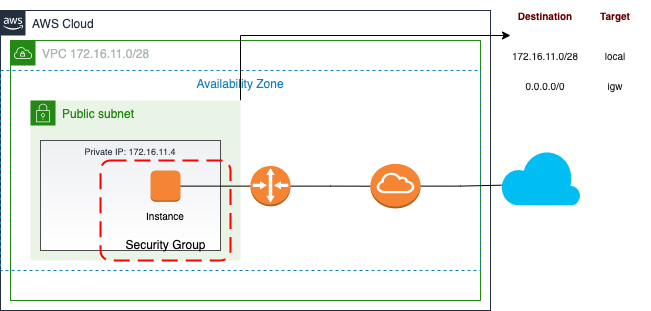
Before: InfraestructuraAWS.png, a diagram exported from draw.io (majo1569/DesafioIV). Source tidied: cells renumbered, new cells last; positions are measured from the earlier drawing's top-left corner, leaving out a move shared by most shapes. The source it was exported from:
```xml
<mxGraphModel>
  <root>
    <mxCell id="0" />
    <mxCell id="1" parent="0" />
    <mxCell id="2" value="AWS Cloud" style="gradientColor=none;html=1;whiteSpace=wrap;fontSize=12;fontStyle=0;shape=mxgraph.aws4.group;grIcon=mxgraph.aws4.group_aws_cloud_alt;strokeColor=#232F3E;fillColor=none;verticalAlign=top;align=left;spacingLeft=30;fontColor=#232F3E;dashed=0;" parent="1" vertex="1">
      <mxGeometry y="10" width="490" height="300" as="geometry" />
    </mxCell>
    <mxCell id="3" value="VPC 172.16.11.0/28" style="gradientColor=none;html=1;whiteSpace=wrap;fontSize=12;fontStyle=0;shape=mxgraph.aws4.group;grIcon=mxgraph.aws4.group_vpc;strokeColor=#248814;fillColor=none;verticalAlign=top;align=left;spacingLeft=30;fontColor=#AAB7B8;dashed=0;" parent="1" vertex="1">
      <mxGeometry x="10" y="40" width="470" height="260" as="geometry" />
    </mxCell>
    <mxCell id="4" value="Availability Zone" style="fillColor=none;strokeColor=#147EBA;dashed=1;verticalAlign=top;fontStyle=0;fontColor=#147EBA;" parent="1" vertex="1">
      <mxGeometry y="70" width="480" height="200" as="geometry" />
    </mxCell>
    <mxCell id="5" style="edgeStyle=orthogonalEdgeStyle;rounded=0;jettySize=auto;html=1;exitX=1;exitY=0;exitDx=0;exitDy=0;" parent="1" edge="1" source="6">
      <mxGeometry relative="1" as="geometry">
        <mxPoint x="510" y="35" as="targetPoint" />
      </mxGeometry>
    </mxCell>
    <mxCell id="6" value="Public subnet&amp;nbsp;" style="points=[[0,0],[0.25,0],[0.5,0],[0.75,0],[1,0],[1,0.25],[1,0.5],[1,0.75],[1,1],[0.75,1],[0.5,1],[0.25,1],[0,1],[0,0.75],[0,0.5],[0,0.25]];outlineConnect=0;gradientColor=none;html=1;whiteSpace=wrap;fontSize=12;fontStyle=0;shape=mxgraph.aws4.group;grIcon=mxgraph.aws4.group_security_group;grStroke=0;strokeColor=#248814;fillColor=#E9F3E6;verticalAlign=top;align=left;spacingLeft=30;fontColor=#248814;dashed=0;" parent="1" vertex="1">
      <mxGeometry x="30" y="100" width="210" height="160" as="geometry" />
    </mxCell>
    <mxCell id="7" value="Private IP: 172.16.11.4" style="fillColor=#EFF0F3;strokeColor=#4D4D4D;dashed=1;verticalAlign=top;fontStyle=0;fontColor=#232F3D;fontSize=9;strokeWidth=0;gradientColor=#ffffff;" parent="1" vertex="1">
      <mxGeometry x="40" y="140" width="180" height="110" as="geometry" />
    </mxCell>
    <mxCell id="8" style="edgeStyle=orthogonalEdgeStyle;rounded=0;jettySize=auto;html=1;exitX=1;exitY=0.5;exitDx=0;exitDy=0;exitPerimeter=0;entryX=0;entryY=0.5;entryDx=0;entryDy=0;entryPerimeter=0;fontSize=9;endArrow=none;endFill=0;" parent="1" edge="1" source="9" target="12">
      <mxGeometry relative="1" as="geometry" />
    </mxCell>
    <mxCell id="9" style="outlineConnect=0;dashed=0;verticalLabelPosition=bottom;verticalAlign=top;align=center;html=1;shape=mxgraph.aws3.instance;fillColor=#F58534;gradientColor=none;fontSize=9;strokeColor=#4D4D4D;strokeWidth=0;" parent="1" vertex="1">
      <mxGeometry x="150" y="170" width="30" height="31.2" as="geometry" />
    </mxCell>
    <mxCell id="10" value="Instance" style="text;html=1;strokeColor=none;fillColor=none;align=center;verticalAlign=middle;whiteSpace=wrap;rounded=0;dashed=1;fontSize=9;" parent="1" vertex="1">
      <mxGeometry x="135" y="200" width="60" height="30" as="geometry" />
    </mxCell>
    <mxCell id="11" style="edgeStyle=orthogonalEdgeStyle;rounded=0;jettySize=auto;html=1;exitX=1;exitY=0.5;exitDx=0;exitDy=0;exitPerimeter=0;fontSize=9;endArrow=none;endFill=0;" parent="1" edge="1" source="12" target="14">
      <mxGeometry relative="1" as="geometry" />
    </mxCell>
    <mxCell id="12" style="outlineConnect=0;dashed=0;verticalLabelPosition=bottom;verticalAlign=top;align=center;html=1;shape=mxgraph.aws3.router;fillColor=#F58534;gradientColor=none;fontSize=9;strokeColor=#4D4D4D;strokeWidth=0;" parent="1" vertex="1">
      <mxGeometry x="250" y="165.4" width="40" height="40.4" as="geometry" />
    </mxCell>
    <mxCell id="13" style="edgeStyle=orthogonalEdgeStyle;rounded=0;jettySize=auto;html=1;exitX=1;exitY=0.5;exitDx=0;exitDy=0;exitPerimeter=0;entryX=0.013;entryY=0.639;entryDx=0;entryDy=0;entryPerimeter=0;fontSize=9;endArrow=none;endFill=0;" parent="1" edge="1" source="14" target="15">
      <mxGeometry relative="1" as="geometry" />
    </mxCell>
    <mxCell id="14" style="outlineConnect=0;dashed=0;verticalLabelPosition=bottom;verticalAlign=top;align=center;html=1;shape=mxgraph.aws3.internet_gateway;fillColor=#F58534;gradientColor=none;fontSize=9;strokeColor=#4D4D4D;strokeWidth=0;" parent="1" vertex="1">
      <mxGeometry x="370" y="163.4" width="50" height="44.5" as="geometry" />
    </mxCell>
    <mxCell id="15" style="verticalLabelPosition=bottom;html=1;verticalAlign=top;align=center;strokeColor=none;fillColor=#00BEF2;shape=mxgraph.azure.cloud;dashed=1;fontSize=9;" parent="1" vertex="1">
      <mxGeometry x="500" y="148.8" width="80" height="56.2" as="geometry" />
    </mxCell>
    <mxCell id="16" style="shape=partialRectangle;fillColor=none;top=0;left=0;bottom=0;right=0;dashed=1;fontSize=9;fontColor=#FFFFFF;strokeColor=#4D4D4D;strokeWidth=0;" parent="1" vertex="1">
      <mxGeometry x="510" width="140" height="34" as="geometry" />
    </mxCell>
    <mxCell id="17" value="De" style="shape=partialRectangle;html=1;whiteSpace=wrap;overflow=hidden;fillColor=none;top=0;left=0;bottom=0;right=0;dashed=1;fontSize=9;fontColor=#FFFFFF;strokeColor=#4D4D4D;strokeWidth=0;" parent="16" vertex="1">
      <mxGeometry width="70" height="34" as="geometry" />
    </mxCell>
    <mxCell id="18" style="shape=partialRectangle;html=1;whiteSpace=wrap;overflow=hidden;fillColor=none;top=0;left=0;bottom=0;right=0;dashed=1;fontSize=9;fontColor=#FFFFFF;strokeColor=#4D4D4D;strokeWidth=0;" parent="16" vertex="1">
      <mxGeometry x="70" width="70" height="34" as="geometry" />
    </mxCell>
    <mxCell id="19" style="shape=partialRectangle;fillColor=none;top=0;left=0;bottom=0;right=0;dashed=1;fontSize=9;fontColor=#FFFFFF;strokeColor=#4D4D4D;strokeWidth=0;" parent="1" vertex="1">
      <mxGeometry x="510" y="34" width="140" height="32" as="geometry" />
    </mxCell>
    <mxCell id="20" style="shape=partialRectangle;html=1;whiteSpace=wrap;overflow=hidden;fillColor=none;top=0;left=0;bottom=0;right=0;dashed=1;fontSize=9;fontColor=#FFFFFF;strokeColor=#4D4D4D;strokeWidth=0;" parent="19" vertex="1">
      <mxGeometry width="70" height="32" as="geometry" />
    </mxCell>
    <mxCell id="21" style="shape=partialRectangle;html=1;whiteSpace=wrap;overflow=hidden;fillColor=none;top=0;left=0;bottom=0;right=0;dashed=1;fontSize=9;fontColor=#FFFFFF;strokeColor=#4D4D4D;strokeWidth=0;" parent="19" vertex="1">
      <mxGeometry x="70" width="70" height="32" as="geometry" />
    </mxCell>
    <mxCell id="22" style="shape=partialRectangle;fillColor=none;top=0;left=0;bottom=0;right=0;dashed=1;fontSize=9;fontColor=#FFFFFF;strokeColor=#4D4D4D;strokeWidth=0;" parent="1" vertex="1">
      <mxGeometry x="510" y="66" width="140" height="34" as="geometry" />
    </mxCell>
    <mxCell id="23" style="shape=partialRectangle;html=1;whiteSpace=wrap;overflow=hidden;fillColor=none;top=0;left=0;bottom=0;right=0;dashed=1;fontSize=9;fontColor=#FFFFFF;strokeColor=#4D4D4D;strokeWidth=0;" parent="22" vertex="1">
      <mxGeometry width="70" height="34" as="geometry" />
    </mxCell>
    <mxCell id="24" style="shape=partialRectangle;html=1;whiteSpace=wrap;overflow=hidden;fillColor=none;top=0;left=0;bottom=0;right=0;dashed=1;fontSize=9;fontColor=#FFFFFF;strokeColor=#4D4D4D;strokeWidth=0;" parent="22" vertex="1">
      <mxGeometry x="70" width="70" height="34" as="geometry" />
    </mxCell>
    <mxCell id="25" value="&lt;b style=&quot;color: rgb(102 , 0 , 0)&quot;&gt;Destination&lt;/b&gt;" style="text;html=1;strokeColor=none;fillColor=none;align=center;verticalAlign=middle;whiteSpace=wrap;rounded=0;fontSize=9;fontColor=#FFFFFF;" parent="1" vertex="1">
      <mxGeometry x="510" width="70" height="30" as="geometry" />
    </mxCell>
    <mxCell id="26" value="&lt;b style=&quot;color: rgb(102 , 0 , 0)&quot;&gt;Target&lt;/b&gt;" style="text;html=1;strokeColor=none;fillColor=none;align=center;verticalAlign=middle;whiteSpace=wrap;rounded=0;fontSize=9;fontColor=#FFFFFF;" parent="1" vertex="1">
      <mxGeometry x="580" width="70" height="30" as="geometry" />
    </mxCell>
    <mxCell id="27" value="&lt;font color=&quot;#1a1a1a&quot;&gt;172.16.11.0/28&lt;/font&gt;" style="text;html=1;strokeColor=none;fillColor=none;align=center;verticalAlign=middle;whiteSpace=wrap;rounded=0;fontSize=9;fontColor=#FFFFFF;" parent="1" vertex="1">
      <mxGeometry x="510" y="40" width="70" height="30" as="geometry" />
    </mxCell>
    <mxCell id="28" value="&lt;font color=&quot;#1a1a1a&quot;&gt;0.0.0.0/0&lt;/font&gt;" style="text;html=1;strokeColor=none;fillColor=none;align=center;verticalAlign=middle;whiteSpace=wrap;rounded=0;fontSize=9;fontColor=#FFFFFF;" parent="1" vertex="1">
      <mxGeometry x="510" y="70" width="70" height="30" as="geometry" />
    </mxCell>
    <mxCell id="29" value="&lt;font color=&quot;#1a1a1a&quot;&gt;local&lt;/font&gt;" style="text;html=1;strokeColor=none;fillColor=none;align=center;verticalAlign=middle;whiteSpace=wrap;rounded=0;fontSize=9;fontColor=#FFFFFF;" parent="1" vertex="1">
      <mxGeometry x="580" y="40" width="70" height="30" as="geometry" />
    </mxCell>
    <mxCell id="30" value="&lt;font color=&quot;#1a1a1a&quot;&gt;igw&lt;/font&gt;" style="text;html=1;strokeColor=none;fillColor=none;align=center;verticalAlign=middle;whiteSpace=wrap;rounded=0;fontSize=9;fontColor=#FFFFFF;" parent="1" vertex="1">
      <mxGeometry x="580" y="70" width="70" height="30" as="geometry" />
    </mxCell>
    <mxCell id="31" style="rounded=1;arcSize=10;dashed=1;strokeColor=#ff0000;fillColor=none;gradientColor=none;dashPattern=8 4;strokeWidth=2;" parent="1" vertex="1">
      <mxGeometry x="100" y="160" width="130" height="100" as="geometry" />
    </mxCell>
    <mxCell id="32" value="Security Group" style="text;html=1;strokeColor=none;fillColor=none;align=center;verticalAlign=middle;whiteSpace=wrap;rounded=0;" parent="1" vertex="1">
      <mxGeometry x="117.5" y="230" width="95" height="30" as="geometry" />
    </mxCell>
  </root>
</mxGraphModel>
```
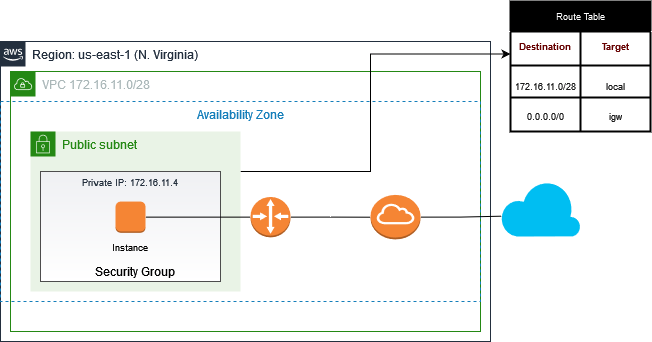
The same diagram one commit later.

Diff of the diagram source:
```diff
@@ -2,7 +2,7 @@
   <root>
     <mxCell id="0" />
     <mxCell id="1" parent="0" />
-    <mxCell id="2" value="AWS Cloud" style="gradientColor=none;html=1;whiteSpace=wrap;fontSize=12;fontStyle=0;shape=mxgraph.aws4.group;grIcon=mxgraph.aws4.group_aws_cloud_alt;strokeColor=#232F3E;fillColor=none;verticalAlign=top;align=left;spacingLeft=30;fontColor=#232F3E;dashed=0;" parent="1" vertex="1">
+    <mxCell id="2" value="Region: us-east-1 (N. Virginia)" style="gradientColor=none;html=1;whiteSpace=wrap;fontSize=12;fontStyle=0;shape=mxgraph.aws4.group;grIcon=mxgraph.aws4.group_aws_cloud_alt;strokeColor=#232F3E;fillColor=none;verticalAlign=top;align=left;spacingLeft=30;fontColor=#232F3E;dashed=0;" parent="1" vertex="1">
       <mxGeometry y="10" width="490" height="300" as="geometry" />
     </mxCell>
     <mxCell id="3" value="VPC 172.16.11.0/28" style="gradientColor=none;html=1;whiteSpace=wrap;fontSize=12;fontStyle=0;shape=mxgraph.aws4.group;grIcon=mxgraph.aws4.group_vpc;strokeColor=#248814;fillColor=none;verticalAlign=top;align=left;spacingLeft=30;fontColor=#AAB7B8;dashed=0;" parent="1" vertex="1">
@@ -11,9 +11,12 @@
     <mxCell id="4" value="Availability Zone" style="fillColor=none;strokeColor=#147EBA;dashed=1;verticalAlign=top;fontStyle=0;fontColor=#147EBA;" parent="1" vertex="1">
       <mxGeometry y="70" width="480" height="200" as="geometry" />
     </mxCell>
-    <mxCell id="5" style="edgeStyle=orthogonalEdgeStyle;rounded=0;jettySize=auto;html=1;exitX=1;exitY=0;exitDx=0;exitDy=0;" parent="1" edge="1" source="6">
+    <mxCell id="5" style="edgeStyle=orthogonalEdgeStyle;rounded=0;jettySize=auto;html=1;exitX=1;exitY=0.25;exitDx=0;exitDy=0;entryX=0;entryY=0.75;entryDx=0;entryDy=0;" parent="1" edge="1" source="6" target="26">
       <mxGeometry relative="1" as="geometry">
-        <mxPoint x="510" y="35" as="targetPoint" />
+        <Array as="points">
+          <mxPoint x="370" y="140" />
+          <mxPoint x="370" y="23" />
+        </Array>
       </mxGeometry>
     </mxCell>
     <mxCell id="6" value="Public subnet&amp;nbsp;" style="points=[[0,0],[0.25,0],[0.5,0],[0.75,0],[1,0],[1,0.25],[1,0.5],[1,0.75],[1,1],[0.75,1],[0.5,1],[0.25,1],[0,1],[0,0.75],[0,0.5],[0,0.25]];outlineConnect=0;gradientColor=none;html=1;whiteSpace=wrap;fontSize=12;fontStyle=0;shape=mxgraph.aws4.group;grIcon=mxgraph.aws4.group_security_group;grStroke=0;strokeColor=#248814;fillColor=#E9F3E6;verticalAlign=top;align=left;spacingLeft=30;fontColor=#248814;dashed=0;" parent="1" vertex="1">
@@ -26,10 +29,10 @@
       <mxGeometry relative="1" as="geometry" />
     </mxCell>
     <mxCell id="9" style="outlineConnect=0;dashed=0;verticalLabelPosition=bottom;verticalAlign=top;align=center;html=1;shape=mxgraph.aws3.instance;fillColor=#F58534;gradientColor=none;fontSize=9;strokeColor=#4D4D4D;strokeWidth=0;" parent="1" vertex="1">
-      <mxGeometry x="150" y="170" width="30" height="31.2" as="geometry" />
+      <mxGeometry x="115" y="170" width="30" height="31.2" as="geometry" />
     </mxCell>
     <mxCell id="10" value="Instance" style="text;html=1;strokeColor=none;fillColor=none;align=center;verticalAlign=middle;whiteSpace=wrap;rounded=0;dashed=1;fontSize=9;" parent="1" vertex="1">
-      <mxGeometry x="135" y="200" width="60" height="30" as="geometry" />
+      <mxGeometry x="100" y="201.3" width="60" height="30" as="geometry" />
     </mxCell>
     <mxCell id="11" style="edgeStyle=orthogonalEdgeStyle;rounded=0;jettySize=auto;html=1;exitX=1;exitY=0.5;exitDx=0;exitDy=0;exitPerimeter=0;fontSize=9;endArrow=none;endFill=0;" parent="1" edge="1" source="12" target="14">
       <mxGeometry relative="1" as="geometry" />
@@ -46,56 +49,56 @@
     <mxCell id="15" style="verticalLabelPosition=bottom;html=1;verticalAlign=top;align=center;strokeColor=none;fillColor=#00BEF2;shape=mxgraph.azure.cloud;dashed=1;fontSize=9;" parent="1" vertex="1">
       <mxGeometry x="500" y="148.8" width="80" height="56.2" as="geometry" />
     </mxCell>
-    <mxCell id="16" style="shape=partialRectangle;fillColor=none;top=0;left=0;bottom=0;right=0;dashed=1;fontSize=9;fontColor=#FFFFFF;strokeColor=#4D4D4D;strokeWidth=0;" parent="1" vertex="1">
-      <mxGeometry x="510" width="140" height="34" as="geometry" />
+    <mxCell id="16" value="Route Table" style="shape=table;startSize=30;fontSize=9;fontColor=#FFFFFF;strokeColor=default;strokeWidth=2;gradientColor=#ffffff;" parent="1" vertex="1">
+      <mxGeometry x="510" y="-30" width="140" height="130" as="geometry" />
     </mxCell>
-    <mxCell id="17" value="De" style="shape=partialRectangle;html=1;whiteSpace=wrap;overflow=hidden;fillColor=none;top=0;left=0;bottom=0;right=0;dashed=1;fontSize=9;fontColor=#FFFFFF;strokeColor=#4D4D4D;strokeWidth=0;" parent="16" vertex="1">
-      <mxGeometry width="70" height="34" as="geometry" />
+    <mxCell id="17" style="shape=partialRectangle;fillColor=none;top=0;left=0;bottom=0;right=0;dashed=1;fontSize=9;fontColor=#FFFFFF;strokeColor=#4D4D4D;strokeWidth=0;" parent="16" vertex="1">
+      <mxGeometry y="30" width="140" height="34" as="geometry" />
     </mxCell>
-    <mxCell id="18" style="shape=partialRectangle;html=1;whiteSpace=wrap;overflow=hidden;fillColor=none;top=0;left=0;bottom=0;right=0;dashed=1;fontSize=9;fontColor=#FFFFFF;strokeColor=#4D4D4D;strokeWidth=0;" parent="16" vertex="1">
-      <mxGeometry x="70" width="70" height="34" as="geometry" />
+    <mxCell id="18" value="De" style="shape=partialRectangle;html=1;whiteSpace=wrap;overflow=hidden;fillColor=none;top=0;left=0;bottom=0;right=0;dashed=1;fontSize=9;fontColor=#FFFFFF;strokeColor=#4D4D4D;strokeWidth=0;" parent="17" vertex="1">
+      <mxGeometry width="70" height="34" as="geometry" />
     </mxCell>
-    <mxCell id="19" style="shape=partialRectangle;fillColor=none;top=0;left=0;bottom=0;right=0;dashed=1;fontSize=9;fontColor=#FFFFFF;strokeColor=#4D4D4D;strokeWidth=0;" parent="1" vertex="1">
-      <mxGeometry x="510" y="34" width="140" height="32" as="geometry" />
+    <mxCell id="19" style="shape=partialRectangle;html=1;whiteSpace=wrap;overflow=hidden;fillColor=none;top=0;left=0;bottom=0;right=0;dashed=1;fontSize=9;fontColor=#FFFFFF;strokeColor=#4D4D4D;strokeWidth=0;" parent="17" vertex="1">
+      <mxGeometry x="70" width="70" height="34" as="geometry" />
     </mxCell>
-    <mxCell id="20" style="shape=partialRectangle;html=1;whiteSpace=wrap;overflow=hidden;fillColor=none;top=0;left=0;bottom=0;right=0;dashed=1;fontSize=9;fontColor=#FFFFFF;strokeColor=#4D4D4D;strokeWidth=0;" parent="19" vertex="1">
-      <mxGeometry width="70" height="32" as="geometry" />
+    <mxCell id="20" style="shape=partialRectangle;fillColor=none;top=0;left=0;bottom=0;right=0;dashed=1;fontSize=9;fontColor=#FFFFFF;strokeColor=#4D4D4D;strokeWidth=0;" parent="16" vertex="1">
+      <mxGeometry y="64" width="140" height="32" as="geometry" />
     </mxCell>
-    <mxCell id="21" style="shape=partialRectangle;html=1;whiteSpace=wrap;overflow=hidden;fillColor=none;top=0;left=0;bottom=0;right=0;dashed=1;fontSize=9;fontColor=#FFFFFF;strokeColor=#4D4D4D;strokeWidth=0;" parent="19" vertex="1">
-      <mxGeometry x="70" width="70" height="32" as="geometry" />
+    <mxCell id="21" style="shape=partialRectangle;html=1;whiteSpace=wrap;overflow=hidden;fillColor=none;top=0;left=0;bottom=0;right=0;dashed=1;fontSize=9;fontColor=#FFFFFF;strokeColor=#4D4D4D;strokeWidth=0;" parent="20" vertex="1">
+      <mxGeometry width="70" height="32" as="geometry" />
     </mxCell>
-    <mxCell id="22" style="shape=partialRectangle;fillColor=none;top=0;left=0;bottom=0;right=0;dashed=1;fontSize=9;fontColor=#FFFFFF;strokeColor=#4D4D4D;strokeWidth=0;" parent="1" vertex="1">
-      <mxGeometry x="510" y="66" width="140" height="34" as="geometry" />
+    <mxCell id="22" style="shape=partialRectangle;html=1;whiteSpace=wrap;overflow=hidden;fillColor=none;top=0;left=0;bottom=0;right=0;dashed=1;fontSize=9;fontColor=#FFFFFF;strokeColor=#4D4D4D;strokeWidth=0;" parent="20" vertex="1">
+      <mxGeometry x="70" width="70" height="32" as="geometry" />
     </mxCell>
-    <mxCell id="23" style="shape=partialRectangle;html=1;whiteSpace=wrap;overflow=hidden;fillColor=none;top=0;left=0;bottom=0;right=0;dashed=1;fontSize=9;fontColor=#FFFFFF;strokeColor=#4D4D4D;strokeWidth=0;" parent="22" vertex="1">
-      <mxGeometry width="70" height="34" as="geometry" />
+    <mxCell id="23" style="shape=partialRectangle;fillColor=none;top=0;left=0;bottom=0;right=0;dashed=1;fontSize=9;fontColor=#FFFFFF;strokeColor=#4D4D4D;strokeWidth=0;" parent="16" vertex="1">
+      <mxGeometry y="96" width="140" height="34" as="geometry" />
     </mxCell>
-    <mxCell id="24" style="shape=partialRectangle;html=1;whiteSpace=wrap;overflow=hidden;fillColor=none;top=0;left=0;bottom=0;right=0;dashed=1;fontSize=9;fontColor=#FFFFFF;strokeColor=#4D4D4D;strokeWidth=0;" parent="22" vertex="1">
-      <mxGeometry x="70" width="70" height="34" as="geometry" />
+    <mxCell id="24" style="shape=partialRectangle;html=1;whiteSpace=wrap;overflow=hidden;fillColor=none;top=0;left=0;bottom=0;right=0;dashed=1;fontSize=9;fontColor=#FFFFFF;strokeColor=#4D4D4D;strokeWidth=0;" parent="23" vertex="1">
+      <mxGeometry width="70" height="34" as="geometry" />
     </mxCell>
-    <mxCell id="25" value="&lt;b style=&quot;color: rgb(102 , 0 , 0)&quot;&gt;Destination&lt;/b&gt;" style="text;html=1;strokeColor=none;fillColor=none;align=center;verticalAlign=middle;whiteSpace=wrap;rounded=0;fontSize=9;fontColor=#FFFFFF;" parent="1" vertex="1">
-      <mxGeometry x="510" width="70" height="30" as="geometry" />
+    <mxCell id="25" style="shape=partialRectangle;html=1;whiteSpace=wrap;overflow=hidden;fillColor=none;top=0;left=0;bottom=0;right=0;dashed=1;fontSize=9;fontColor=#FFFFFF;strokeColor=#4D4D4D;strokeWidth=0;" parent="23" vertex="1">
+      <mxGeometry x="70" width="70" height="34" as="geometry" />
     </mxCell>
-    <mxCell id="26" value="&lt;b style=&quot;color: rgb(102 , 0 , 0)&quot;&gt;Target&lt;/b&gt;" style="text;html=1;strokeColor=none;fillColor=none;align=center;verticalAlign=middle;whiteSpace=wrap;rounded=0;fontSize=9;fontColor=#FFFFFF;" parent="1" vertex="1">
-      <mxGeometry x="580" width="70" height="30" as="geometry" />
+    <mxCell id="26" value="&lt;b style=&quot;color: rgb(102 , 0 , 0)&quot;&gt;Destination&lt;/b&gt;" style="text;html=1;strokeColor=none;fillColor=none;align=center;verticalAlign=middle;whiteSpace=wrap;rounded=0;fontSize=9;fontColor=#FFFFFF;" parent="1" vertex="1">
+      <mxGeometry x="510" width="70" height="30" as="geometry" />
     </mxCell>
-    <mxCell id="27" value="&lt;font color=&quot;#1a1a1a&quot;&gt;172.16.11.0/28&lt;/font&gt;" style="text;html=1;strokeColor=none;fillColor=none;align=center;verticalAlign=middle;whiteSpace=wrap;rounded=0;fontSize=9;fontColor=#FFFFFF;" parent="1" vertex="1">
-      <mxGeometry x="510" y="40" width="70" height="30" as="geometry" />
+    <mxCell id="27" value="&lt;b style=&quot;color: rgb(102 , 0 , 0)&quot;&gt;Target&lt;/b&gt;" style="text;html=1;strokeColor=none;fillColor=none;align=center;verticalAlign=middle;whiteSpace=wrap;rounded=0;fontSize=9;fontColor=#FFFFFF;" parent="1" vertex="1">
+      <mxGeometry x="580" width="70" height="30" as="geometry" />
     </mxCell>
-    <mxCell id="28" value="&lt;font color=&quot;#1a1a1a&quot;&gt;0.0.0.0/0&lt;/font&gt;" style="text;html=1;strokeColor=none;fillColor=none;align=center;verticalAlign=middle;whiteSpace=wrap;rounded=0;fontSize=9;fontColor=#FFFFFF;" parent="1" vertex="1">
-      <mxGeometry x="510" y="70" width="70" height="30" as="geometry" />
+    <mxCell id="28" value="&lt;font color=&quot;#1a1a1a&quot;&gt;172.16.11.0/28&lt;/font&gt;" style="text;html=1;strokeColor=none;fillColor=none;align=center;verticalAlign=middle;whiteSpace=wrap;rounded=0;fontSize=9;fontColor=#FFFFFF;" parent="1" vertex="1">
+      <mxGeometry x="510" y="40" width="70" height="30" as="geometry" />
     </mxCell>
-    <mxCell id="29" value="&lt;font color=&quot;#1a1a1a&quot;&gt;local&lt;/font&gt;" style="text;html=1;strokeColor=none;fillColor=none;align=center;verticalAlign=middle;whiteSpace=wrap;rounded=0;fontSize=9;fontColor=#FFFFFF;" parent="1" vertex="1">
-      <mxGeometry x="580" y="40" width="70" height="30" as="geometry" />
+    <mxCell id="29" value="&lt;font color=&quot;#1a1a1a&quot;&gt;0.0.0.0/0&lt;/font&gt;" style="text;html=1;strokeColor=none;fillColor=none;align=center;verticalAlign=middle;whiteSpace=wrap;rounded=0;fontSize=9;fontColor=#FFFFFF;" parent="1" vertex="1">
+      <mxGeometry x="510" y="70" width="70" height="30" as="geometry" />
     </mxCell>
-    <mxCell id="30" value="&lt;font color=&quot;#1a1a1a&quot;&gt;igw&lt;/font&gt;" style="text;html=1;strokeColor=none;fillColor=none;align=center;verticalAlign=middle;whiteSpace=wrap;rounded=0;fontSize=9;fontColor=#FFFFFF;" parent="1" vertex="1">
-      <mxGeometry x="580" y="70" width="70" height="30" as="geometry" />
+    <mxCell id="30" value="&lt;font color=&quot;#1a1a1a&quot;&gt;local&lt;/font&gt;" style="text;html=1;strokeColor=none;fillColor=none;align=center;verticalAlign=middle;whiteSpace=wrap;rounded=0;fontSize=9;fontColor=#FFFFFF;" parent="1" vertex="1">
+      <mxGeometry x="580" y="40" width="70" height="30" as="geometry" />
     </mxCell>
-    <mxCell id="31" style="rounded=1;arcSize=10;dashed=1;strokeColor=#ff0000;fillColor=none;gradientColor=none;dashPattern=8 4;strokeWidth=2;" parent="1" vertex="1">
-      <mxGeometry x="100" y="160" width="130" height="100" as="geometry" />
+    <mxCell id="31" value="&lt;font color=&quot;#1a1a1a&quot;&gt;igw&lt;/font&gt;" style="text;html=1;strokeColor=none;fillColor=none;align=center;verticalAlign=middle;whiteSpace=wrap;rounded=0;fontSize=9;fontColor=#FFFFFF;" parent="1" vertex="1">
+      <mxGeometry x="580" y="70" width="70" height="30" as="geometry" />
     </mxCell>
     <mxCell id="32" value="Security Group" style="text;html=1;strokeColor=none;fillColor=none;align=center;verticalAlign=middle;whiteSpace=wrap;rounded=0;" parent="1" vertex="1">
-      <mxGeometry x="117.5" y="230" width="95" height="30" as="geometry" />
+      <mxGeometry x="91.2" y="230" width="87.5" height="20" as="geometry" />
     </mxCell>
   </root>
 </mxGraphModel>
```
